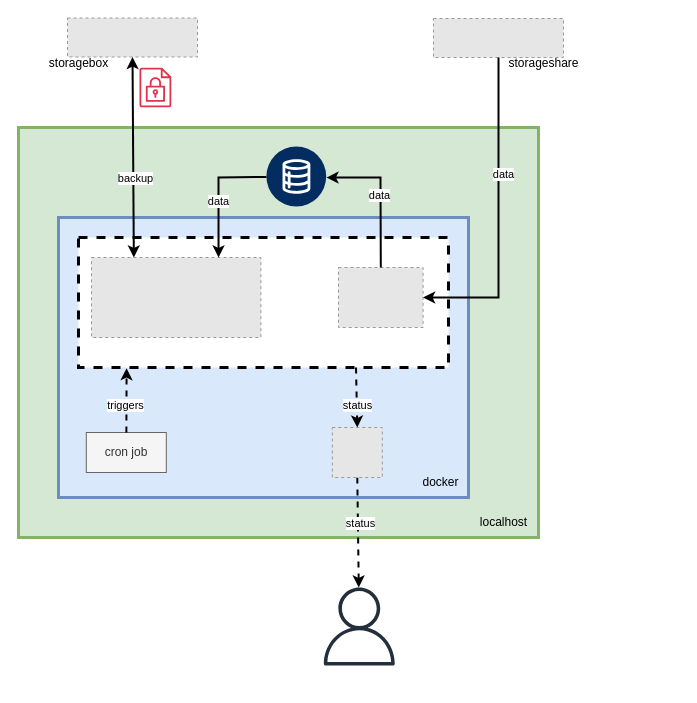
Above: backup_overview.drawio in realAP/backup (draw.io), before the change. Source tidied: cells renumbered, new cells numbered last; positions are measured from the earlier drawing's top-left corner, leaving out a move shared by most shapes. Both pictures are drawn from the tidied source at 100%, with x=0, y=0 at pixel (18, 17). Pictures stored in the file or linked from it are replaced by grey dashed boxes.
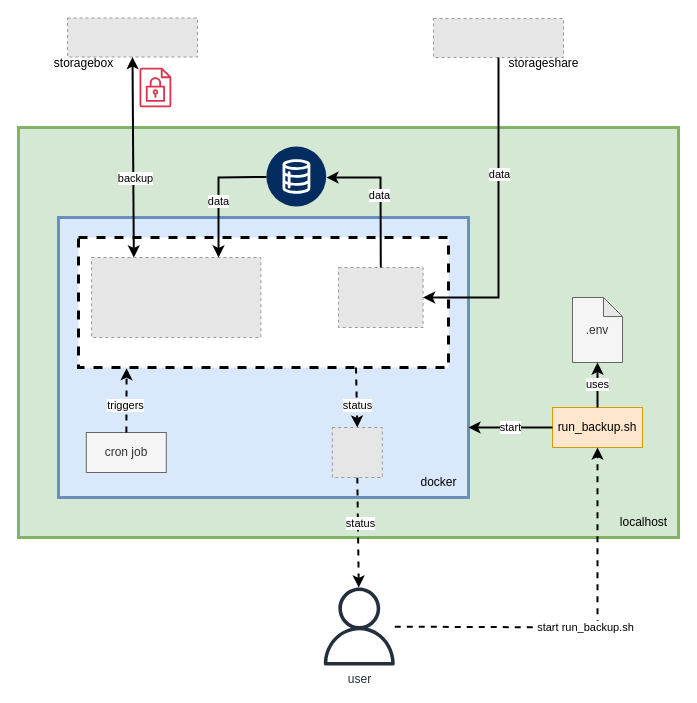
The same page after the edit.

Commit message (it also covers changes not shown here):
enhanced overview image with start script

Unchanged cells that the change refers to:
```xml
<mxCell id="3" style="rounded=0;whiteSpace=wrap;html=1;strokeWidth=3;fillColor=#dae8fc;strokeColor=#6c8ebf;" parent="1" vertex="1">
  <mxGeometry x="40" y="200" width="410" height="280" as="geometry" />
</mxCell>
<mxCell id="7" style="endArrow=none;startArrow=classic;html=1;rounded=0;entryX=0.5;entryY=1;entryDx=0;entryDy=0;strokeWidth=2;exitX=1;exitY=0.5;exitDx=0;exitDy=0;endFill=0;" parent="1" edge="1" source="5" target="6">
  <mxGeometry relative="1" as="geometry">
    <Array as="points">
      <mxPoint x="480" y="280" />
    </Array>
  </mxGeometry>
</mxCell>
```

Change to the diagram source:
```diff
@@
     <mxCell id="2" style="rounded=0;whiteSpace=wrap;html=1;strokeWidth=3;fillColor=#d5e8d4;strokeColor=#82b366;" parent="1" vertex="1">
-      <mxGeometry y="110" width="520" height="410" as="geometry" />
+      <mxGeometry y="110" width="660" height="410" as="geometry" />
     </mxCell>
@@
     <mxCell id="8" value="data" style="edgeLabel;html=1;align=center;verticalAlign=middle;" parent="7" vertex="1">
-      <mxGeometry x="0.26" y="-4" relative="1" as="geometry" />
+      <mxGeometry x="0.26" y="-4" relative="1" as="geometry">
+        <mxPoint x="-4" as="offset" />
+      </mxGeometry>
     </mxCell>
@@
     <mxCell id="14" value="localhost" style="text;html=1;align=center;verticalAlign=middle;strokeColor=none;fillColor=none;" parent="1" vertex="1">
-      <mxGeometry x="450" y="490" width="70" height="30" as="geometry" />
+      <mxGeometry x="590" y="490" width="70" height="30" as="geometry" />
     </mxCell>
@@
     <mxCell id="24" value="docker" style="text;html=1;align=center;verticalAlign=middle;strokeColor=none;fillColor=none;" parent="1" vertex="1">
-      <mxGeometry x="392.3" y="450" width="60" height="30" as="geometry" />
+      <mxGeometry x="390" y="450" width="60" height="30" as="geometry" />
     </mxCell>
@@
     <mxCell id="26" value="storagebox" style="text;html=1;align=center;verticalAlign=middle;strokeColor=none;fillColor=none;" parent="1" vertex="1">
-      <mxGeometry x="20" y="31" width="80" height="30" as="geometry" />
+      <mxGeometry x="25" y="31" width="80" height="30" as="geometry" />
     </mxCell>
-    <mxCell id="27" style="sketch=0;outlineConnect=0;fontColor=#232F3E;gradientColor=none;fillColor=#232F3D;strokeColor=none;dashed=0;verticalLabelPosition=bottom;verticalAlign=top;align=center;html=1;fontSize=12;fontStyle=0;shape=mxgraph.aws4.user;" parent="1" vertex="1">
+    <mxCell id="27" value="user" style="sketch=0;outlineConnect=0;fontColor=#232F3E;gradientColor=none;fillColor=#232F3D;strokeColor=none;dashed=0;verticalLabelPosition=bottom;verticalAlign=top;align=center;html=1;fontSize=12;fontStyle=0;shape=mxgraph.aws4.user;" parent="1" vertex="1">
       <mxGeometry x="301.8" y="570" width="78" height="78" as="geometry" />
     </mxCell>
@@
+    <mxCell id="33" value="run_backup.sh" style="rounded=0;whiteSpace=wrap;html=1;fillColor=#ffe6cc;strokeColor=#d79b00;" parent="1" vertex="1">
+      <mxGeometry x="534" y="390" width="90" height="40" as="geometry" />
+    </mxCell>
+    <mxCell id="34" value=".env" style="shape=note;whiteSpace=wrap;html=1;backgroundOutline=1;darkOpacity=0.05;size=19;fillColor=#f5f5f5;fontColor=#333333;strokeColor=#666666;" parent="1" vertex="1">
+      <mxGeometry x="554" y="280" width="50" height="65" as="geometry" />
+    </mxCell>
+    <mxCell id="35" value="start" style="endArrow=classic;html=1;rounded=0;exitX=0;exitY=0.5;exitDx=0;exitDy=0;entryX=1;entryY=0.75;entryDx=0;entryDy=0;strokeWidth=2;" parent="1" edge="1" source="33" target="3">
+      <mxGeometry relative="1" as="geometry" />
+    </mxCell>
+    <mxCell id="36" value="uses" style="endArrow=classic;html=1;rounded=0;entryX=0.5;entryY=1;entryDx=0;entryDy=0;entryPerimeter=0;strokeWidth=2;" parent="1" edge="1" source="33" target="34">
+      <mxGeometry relative="1" as="geometry" />
+    </mxCell>
+    <mxCell id="37" value="start run_backup.sh" style="endArrow=classic;html=1;rounded=0;entryX=0.5;entryY=1;entryDx=0;entryDy=0;strokeWidth=2;dashed=1;" parent="1" edge="1" source="27" target="33">
+      <mxGeometry relative="1" as="geometry">
+        <Array as="points">
+          <mxPoint x="579" y="610" />
+        </Array>
+      </mxGeometry>
+    </mxCell>
```
